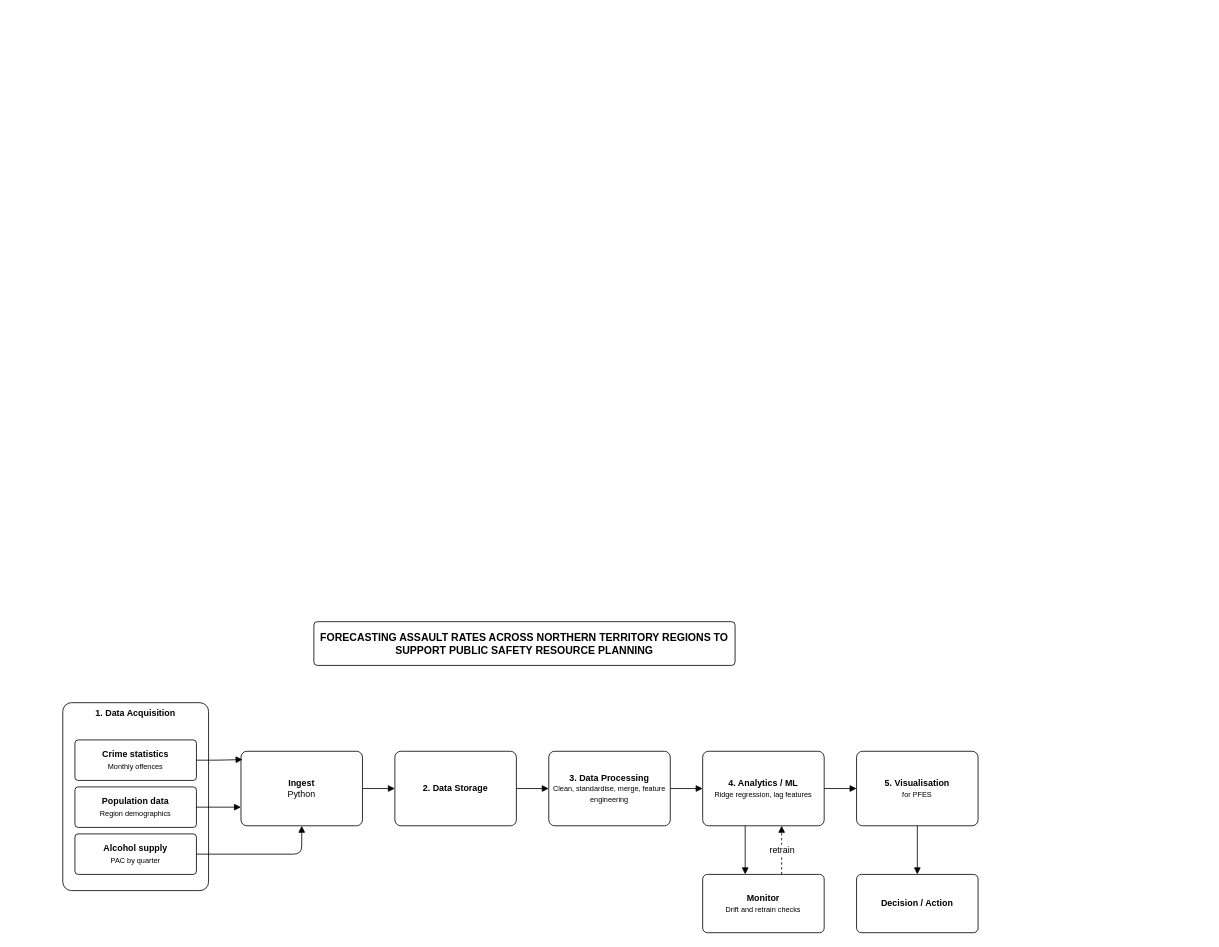
HendrickDang/PRT661-DATA-SCIENCE-PRACTICE keeps this draw.io diagram as diagrams/PRT661_Project_Pipeline_Group_5.drawio. Above is the earlier version. Source tidied: cells renumbered, new cells numbered last; positions are measured from the earlier drawing's top-left corner, leaving out a move shared by most shapes. Both pictures are drawn from the tidied source at 81%, with x=0, y=0 at pixel (62, 621).
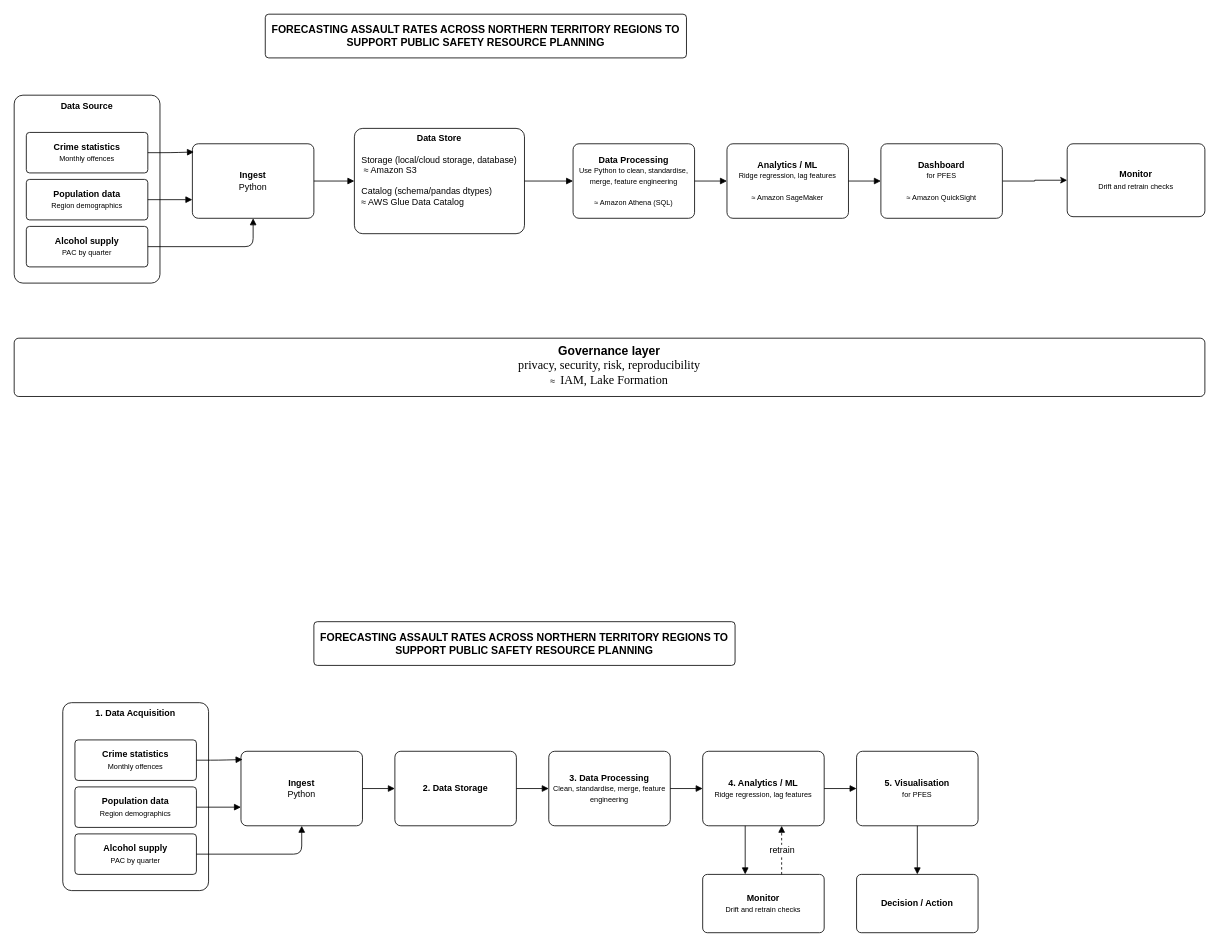
After the change.

The edit, as a diff of the source:
```diff
@@
+    <mxCell id="24" value="FORECASTING ASSAULT RATES ACROSS NORTHERN TERRITORY REGIONS TO SUPPORT PUBLIC SAFETY RESOURCE PLANNING" style="rounded=1;whiteSpace=wrap;html=1;fillColor=#FFFFFF;strokeColor=#000000;fontColor=#000000;align=center;verticalAlign=middle;fontSize=11;arcSize=8;fontSize=13;fontStyle=1;" parent="1" vertex="1">
+      <mxGeometry x="250" y="-750" width="520" height="54" as="geometry" />
+    </mxCell>
+    <mxCell id="25" value="&lt;b&gt;Data Source&lt;/b&gt;" style="rounded=1;whiteSpace=wrap;html=1;fillColor=#FFFFFF;strokeColor=#000000;fontColor=#000000;align=center;verticalAlign=top;fontSize=11;arcSize=6;dashed=0;" parent="1" vertex="1">
+      <mxGeometry x="-60" y="-650" width="180" height="232" as="geometry" />
+    </mxCell>
+    <mxCell id="26" value="&lt;b&gt;Crime statistics&lt;/b&gt;&lt;div&gt;&lt;font style=&quot;font-size: 9px;&quot;&gt;Monthly offences&lt;/font&gt;&lt;/div&gt;" style="rounded=1;whiteSpace=wrap;html=1;fillColor=#FFFFFF;strokeColor=#000000;fontColor=#000000;align=center;verticalAlign=middle;fontSize=11;arcSize=8;" parent="1" vertex="1">
+      <mxGeometry x="-45" y="-604" width="150" height="50" as="geometry" />
+    </mxCell>
+    <mxCell id="27" value="&lt;b&gt;Population data&lt;/b&gt;&lt;div&gt;&lt;font style=&quot;font-size: 9px;&quot;&gt;Region demographics&lt;/font&gt;&lt;/div&gt;" style="rounded=1;whiteSpace=wrap;html=1;fillColor=#FFFFFF;strokeColor=#000000;fontColor=#000000;align=center;verticalAlign=middle;fontSize=11;arcSize=8;" parent="1" vertex="1">
+      <mxGeometry x="-45" y="-546" width="150" height="50" as="geometry" />
+    </mxCell>
+    <mxCell id="28" value="&lt;b&gt;Alcohol supply&lt;/b&gt;&lt;div&gt;&lt;font style=&quot;font-size: 9px;&quot;&gt;PAC by quarter&lt;/font&gt;&lt;/div&gt;" style="rounded=1;whiteSpace=wrap;html=1;fillColor=#FFFFFF;strokeColor=#000000;fontColor=#000000;align=center;verticalAlign=middle;fontSize=11;arcSize=8;" parent="1" vertex="1">
+      <mxGeometry x="-45" y="-488" width="150" height="50" as="geometry" />
+    </mxCell>
+    <mxCell id="29" value="&lt;b&gt;Ingest&lt;/b&gt;&lt;br&gt;Python" style="rounded=1;whiteSpace=wrap;html=1;fillColor=#FFFFFF;strokeColor=#000000;fontColor=#000000;align=center;verticalAlign=middle;fontSize=11;arcSize=8;" parent="1" vertex="1">
+      <mxGeometry x="160" y="-590" width="150" height="92" as="geometry" />
+    </mxCell>
+    <mxCell id="30" value="&lt;b&gt;Data Store&lt;/b&gt;&lt;div&gt;&lt;br&gt;&lt;/div&gt;&lt;div style=&quot;text-align: left;&quot;&gt;Storage (local/cloud storage, database)&lt;/div&gt;&lt;div style=&quot;text-align: left;&quot;&gt;&amp;nbsp;&lt;span style=&quot;background-color: transparent; color: light-dark(rgb(0, 0, 0), rgb(237, 237, 237)); text-align: center;&quot;&gt;≈ Amazon S3&lt;/span&gt;&lt;/div&gt;&lt;div style=&quot;text-align: left;&quot;&gt;&lt;span style=&quot;background-color: transparent; color: light-dark(rgb(0, 0, 0), rgb(237, 237, 237)); text-align: center;&quot;&gt;&lt;br&gt;&lt;/span&gt;&lt;/div&gt;&lt;div style=&quot;text-align: left;&quot;&gt;&lt;span style=&quot;background-color: transparent; color: light-dark(rgb(0, 0, 0), rgb(237, 237, 237));&quot;&gt;Catalog (schema/pandas dtypes)&lt;/span&gt;&lt;/div&gt;&lt;div style=&quot;text-align: left;&quot;&gt;≈ AWS Glue Data Catalog&lt;span style=&quot;background-color: transparent; color: light-dark(rgb(0, 0, 0), rgb(237, 237, 237));&quot;&gt;&lt;/span&gt;&lt;/div&gt;&lt;div style=&quot;text-align: left;&quot;&gt;&lt;br&gt;&lt;/div&gt;&lt;div style=&quot;text-align: left;&quot;&gt;&lt;span style=&quot;background-color: transparent; color: light-dark(rgb(0, 0, 0), rgb(237, 237, 237));&quot;&gt;&lt;br&gt;&lt;/span&gt;&lt;/div&gt;" style="rounded=1;whiteSpace=wrap;html=1;fillColor=#FFFFFF;strokeColor=#000000;fontColor=#000000;align=center;verticalAlign=middle;fontSize=11;arcSize=8;" parent="1" vertex="1">
+      <mxGeometry x="360" y="-609" width="210" height="130" as="geometry" />
+    </mxCell>
+    <mxCell id="31" value="&lt;b&gt;Data Processing&lt;/b&gt;&lt;div&gt;&lt;font style=&quot;font-size: 9px;&quot;&gt;&lt;font style=&quot;&quot;&gt;Use Python to c&lt;/font&gt;&lt;font style=&quot;&quot;&gt;lean, standardise, mer&lt;/font&gt;&lt;/font&gt;&lt;font style=&quot;font-size: 9px;&quot;&gt;ge, feature engineering&lt;/font&gt;&lt;/div&gt;&lt;div&gt;&lt;font style=&quot;font-size: 9px;&quot;&gt;&lt;br&gt;&lt;/font&gt;&lt;/div&gt;&lt;div&gt;&lt;font style=&quot;font-size: 9px;&quot;&gt;≈ Amazon Athena (SQL)&lt;/font&gt;&lt;/div&gt;" style="rounded=1;whiteSpace=wrap;html=1;fillColor=#FFFFFF;strokeColor=#000000;fontColor=#000000;align=center;verticalAlign=middle;fontSize=11;arcSize=8;" parent="1" vertex="1">
+      <mxGeometry x="630" y="-590" width="150" height="92" as="geometry" />
+    </mxCell>
+    <mxCell id="32" value="&lt;b&gt;Analytics / ML&lt;/b&gt;&lt;div&gt;&lt;font style=&quot;font-size: 9px;&quot;&gt;Ridge regression, lag features&lt;/font&gt;&lt;/div&gt;&lt;div&gt;&lt;font style=&quot;font-size: 9px;&quot;&gt;&lt;br&gt;&lt;/font&gt;&lt;/div&gt;&lt;div&gt;&lt;font style=&quot;font-size: 9px;&quot;&gt;≈ Amazon SageMaker&lt;/font&gt;&lt;/div&gt;" style="rounded=1;whiteSpace=wrap;html=1;fillColor=#FFFFFF;strokeColor=#000000;fontColor=#000000;align=center;verticalAlign=middle;fontSize=11;arcSize=8;" parent="1" vertex="1">
+      <mxGeometry x="820" y="-590" width="150" height="92" as="geometry" />
+    </mxCell>
+    <mxCell id="33" style="edgeStyle=orthogonalEdgeStyle;rounded=0;jettySize=auto;html=1;entryX=0;entryY=0.5;entryDx=0;entryDy=0;" parent="1" edge="1" source="34" target="43">
+      <mxGeometry relative="1" as="geometry" />
+    </mxCell>
+    <mxCell id="34" value="&lt;b&gt;Dashboard&lt;/b&gt;&lt;div&gt;&lt;font style=&quot;font-size: 9px;&quot;&gt;for PFES&lt;/font&gt;&lt;/div&gt;&lt;div&gt;&lt;font style=&quot;font-size: 9px;&quot;&gt;&lt;br&gt;&lt;/font&gt;&lt;/div&gt;&lt;div&gt;&lt;font style=&quot;font-size: 9px;&quot;&gt;≈ Amazon QuickSight&lt;/font&gt;&lt;/div&gt;" style="rounded=1;whiteSpace=wrap;html=1;fillColor=#FFFFFF;strokeColor=#000000;fontColor=#000000;align=center;verticalAlign=middle;fontSize=11;arcSize=8;" parent="1" vertex="1">
+      <mxGeometry x="1010" y="-590" width="150" height="92" as="geometry" />
+    </mxCell>
+    <mxCell id="35" value="&lt;div&gt;&lt;span style=&quot;font-family: Arial-BoldMT; font-variant: normal;&quot;&gt;&lt;font style=&quot;font-size: 15px;&quot;&gt;&lt;span style=&quot;color: rgb(0, 0, 0);&quot;&gt;&lt;b style=&quot;&quot;&gt;&lt;br&gt;&lt;/b&gt;&lt;/span&gt;&lt;/font&gt;&lt;/span&gt;&lt;/div&gt;&lt;span style=&quot;font-variant: normal;&quot;&gt;&lt;font style=&quot;&quot;&gt;&lt;span style=&quot;font-family: Arial-BoldMT; font-size: 15px; color: rgb(0, 0, 0);&quot;&gt;&lt;b style=&quot;&quot;&gt;Governance layer&lt;/b&gt;&lt;br style=&quot;font-variant: normal; line-height: normal; text-align: -webkit-auto; text-size-adjust: auto;&quot;&gt;&lt;/span&gt;&lt;span style=&quot;font-variant: normal;&quot;&gt;&lt;span style=&quot;color: rgb(0, 0, 0);&quot;&gt;&lt;font face=&quot;Times New Roman&quot;&gt;&lt;span style=&quot;font-size: 15px;&quot;&gt;privacy, se&lt;/span&gt;&lt;font style=&quot;font-size: 15px;&quot;&gt;curity, risk, reproducibility&lt;/font&gt;&lt;/font&gt;&lt;/span&gt;&lt;/span&gt;&lt;/font&gt;&lt;/span&gt;&lt;div&gt;&lt;div style=&quot;text-align: center;&quot;&gt;&lt;font style=&quot;&quot;&gt;&lt;span style=&quot;text-align: left; background-color: transparent; color: light-dark(rgb(0, 0, 0), rgb(237, 237, 237));&quot;&gt;≈&amp;nbsp;&amp;nbsp;&lt;/span&gt;&lt;font style=&quot;font-size: 15px;&quot; face=&quot;Times New Roman&quot;&gt;IAM, Lake Formation&lt;/font&gt;&lt;span style=&quot;font-size: 15px;&quot;&gt;&lt;font face=&quot;Arial-BoldMT&quot;&gt;&lt;/font&gt;&lt;/span&gt;&lt;/font&gt;&lt;/div&gt;&lt;span style=&quot;font-family: Arial-BoldMT; font-size: 15pt; font-variant: normal;&quot;&gt;&lt;span style=&quot;font-size: 15pt; font-variant: normal;&quot;&gt;&lt;br class=&quot;Apple-interchange-newline&quot;&gt;&lt;/span&gt;&lt;/span&gt;&lt;/div&gt;" style="rounded=1;whiteSpace=wrap;html=1;fillColor=#FFFFFF;strokeColor=#000000;fontColor=#000000;align=center;verticalAlign=middle;fontSize=11;arcSize=8;" parent="1" vertex="1">
+      <mxGeometry x="-60" y="-350" width="1470" height="72" as="geometry" />
+    </mxCell>
+    <mxCell id="36" style="edgeStyle=orthogonalEdgeStyle;rounded=1;html=1;strokeColor=#000000;strokeWidth=1;endArrow=block;entryX=0.013;entryY=0.111;entryDx=0;entryDy=0;entryPerimeter=0;" parent="1" edge="1" source="26" target="29">
+      <mxGeometry relative="1" as="geometry" />
+    </mxCell>
+    <mxCell id="37" style="edgeStyle=orthogonalEdgeStyle;rounded=1;html=1;strokeColor=#000000;strokeWidth=1;endArrow=block;entryX=0;entryY=0.75;entryDx=0;entryDy=0;" parent="1" edge="1" source="27" target="29">
+      <mxGeometry relative="1" as="geometry" />
+    </mxCell>
+    <mxCell id="38" style="edgeStyle=orthogonalEdgeStyle;rounded=1;html=1;strokeColor=#000000;strokeWidth=1;endArrow=block;entryX=0.5;entryY=1;entryDx=0;entryDy=0;" parent="1" edge="1" source="28" target="29">
+      <mxGeometry relative="1" as="geometry" />
+    </mxCell>
+    <mxCell id="39" style="edgeStyle=orthogonalEdgeStyle;rounded=1;html=1;strokeColor=#000000;strokeWidth=1;endArrow=block;" parent="1" edge="1" source="29" target="30">
+      <mxGeometry relative="1" as="geometry" />
+    </mxCell>
+    <mxCell id="40" style="edgeStyle=orthogonalEdgeStyle;rounded=1;html=1;strokeColor=#000000;strokeWidth=1;endArrow=block;" parent="1" edge="1" source="30" target="31">
+      <mxGeometry relative="1" as="geometry" />
+    </mxCell>
+    <mxCell id="41" style="edgeStyle=orthogonalEdgeStyle;rounded=1;html=1;strokeColor=#000000;strokeWidth=1;endArrow=block;" parent="1" edge="1" source="31" target="32">
+      <mxGeometry relative="1" as="geometry" />
+    </mxCell>
+    <mxCell id="42" style="edgeStyle=orthogonalEdgeStyle;rounded=1;html=1;strokeColor=#000000;strokeWidth=1;endArrow=block;" parent="1" edge="1" source="32" target="34">
+      <mxGeometry relative="1" as="geometry" />
+    </mxCell>
+    <mxCell id="43" value="&lt;b&gt;Monitor&lt;/b&gt;&lt;div&gt;&lt;font style=&quot;font-size: 9px;&quot;&gt;Drift and retrain checks&lt;/font&gt;&lt;/div&gt;" style="rounded=1;whiteSpace=wrap;html=1;fillColor=#FFFFFF;strokeColor=#000000;fontColor=#000000;align=center;verticalAlign=middle;fontSize=11;arcSize=8;" parent="1" vertex="1">
+      <mxGeometry x="1240" y="-590" width="170" height="90" as="geometry" />
+    </mxCell>
```
